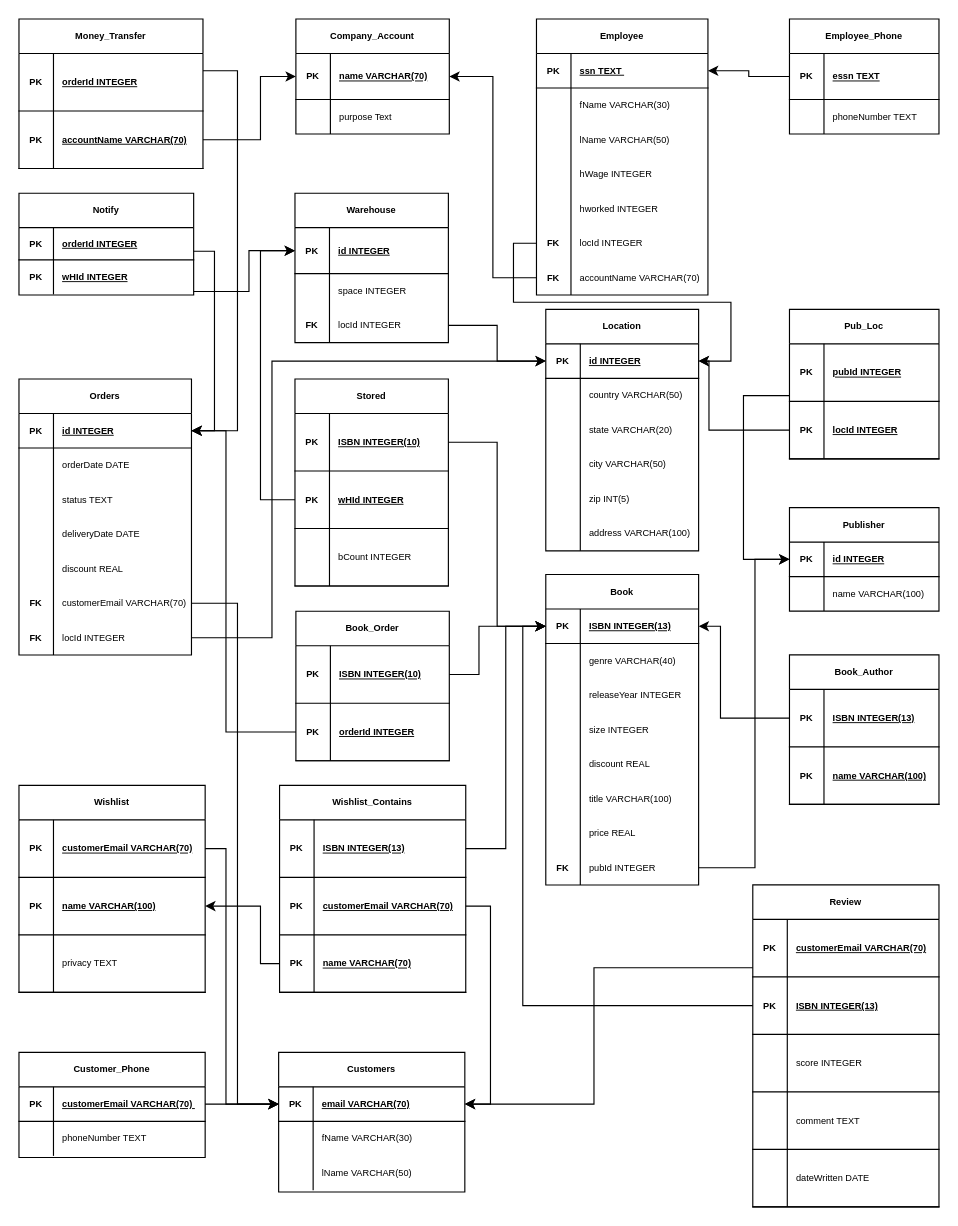
This is RelatioalSchema.drawio from Will-Blanton/CSE_3241_Project, a draw.io file, before an edit. Source tidied: cells renumbered, new cells numbered last; positions are measured from the earlier drawing's top-left corner, leaving out a move shared by most shapes. Both pictures are drawn from the tidied source at 115%, with x=0, y=0 at pixel (18, 7).
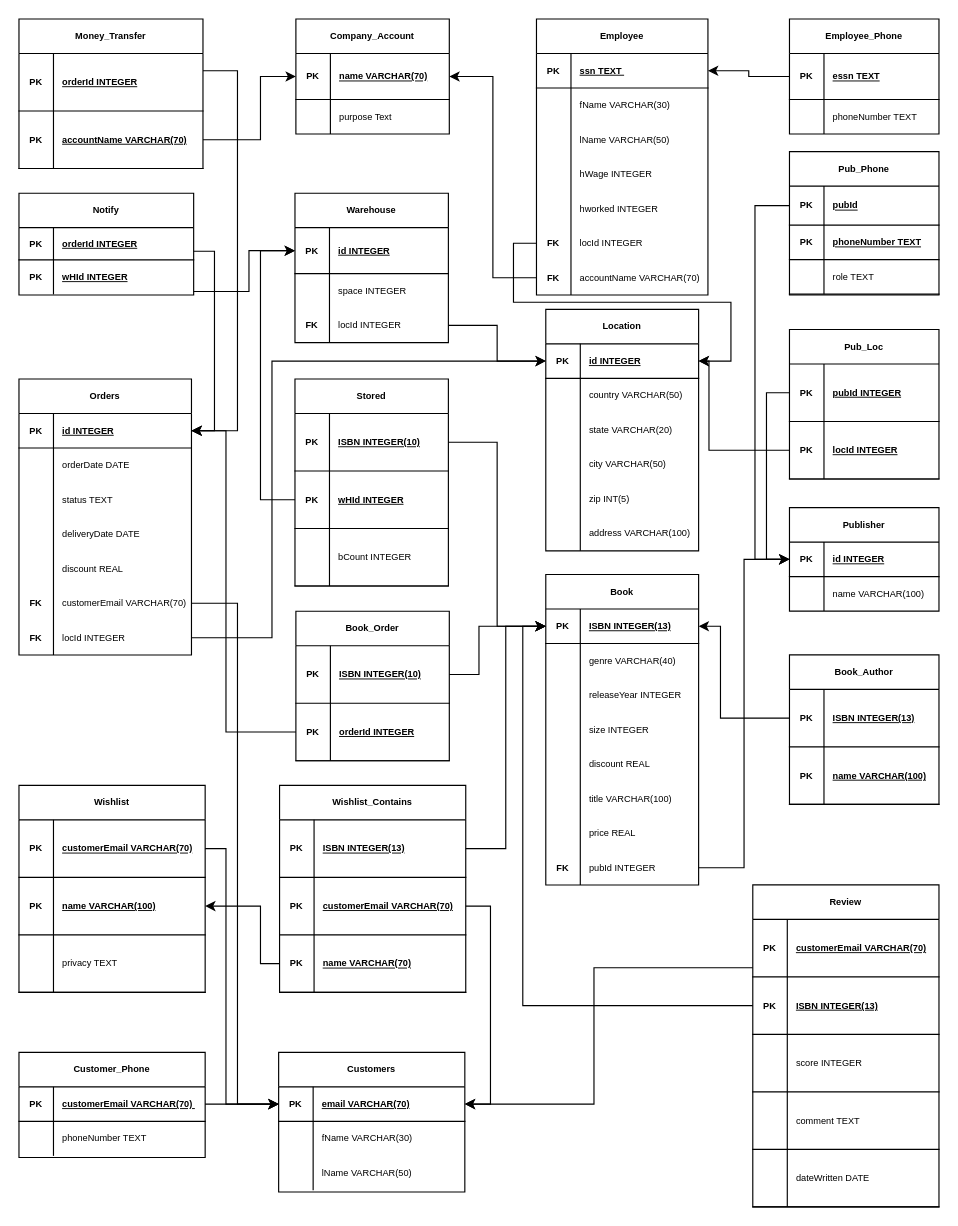
The same diagram, later.

Commit message:
Added Pub_Phone relation

Unchanged cells that the change refers to:
```xml
<mxCell id="2" style="group;fontSize=8;" parent="1" vertex="1">
  <mxGeometry width="811.9" height="1060" as="geometry" />
</mxCell>
<mxCell id="26" style="shape=partialRectangle;fillColor=none;points=[[0,0.5],[1,0.5]];portConstraint=eastwest;top=0;left=0;right=0;bottom=1;fontSize=8;" parent="25" vertex="1">
  <mxGeometry y="30" width="132.9" height="30" as="geometry" />
</mxCell>
<mxCell id="68" value="Publisher" style="shape=table;startSize=30;childLayout=tableLayout;rowLines=0;fontStyle=1;align=center;fontSize=8;" parent="2" vertex="1">
  <mxGeometry x="670" y="434.9" width="130" height="90" as="geometry" />
</mxCell>
<mxCell id="69" style="shape=partialRectangle;fillColor=none;points=[[0,0.5],[1,0.5]];portConstraint=eastwest;top=0;left=0;right=0;bottom=1;fontSize=8;" parent="68" vertex="1">
  <mxGeometry y="30" width="130" height="30" as="geometry" />
</mxCell>
<mxCell id="97" style="shape=partialRectangle;fillColor=none;points=[[0,0.5],[1,0.5]];portConstraint=eastwest;top=0;left=0;right=0;bottom=0;fontSize=8;" parent="75" vertex="1">
  <mxGeometry y="240" width="132.9" height="30" as="geometry" />
</mxCell>
<mxCell id="190" style="shape=partialRectangle;fillColor=none;points=[[0,0.5],[1,0.5]];portConstraint=eastwest;top=0;left=0;right=0;bottom=1;fontSize=8;" parent="189" vertex="1">
  <mxGeometry y="30" width="130" height="50" as="geometry" />
</mxCell>
<mxCell id="193" style="shape=partialRectangle;fillColor=none;points=[[0,0.5],[1,0.5]];portConstraint=eastwest;top=0;left=0;right=0;bottom=1;fontSize=8;" parent="189" vertex="1">
  <mxGeometry y="80" width="130" height="50" as="geometry" />
</mxCell>
```

Change to the diagram source:
```diff
@@
     <mxCell id="189" value="Pub_Loc" style="shape=table;startSize=30;childLayout=tableLayout;rowLines=0;fontStyle=1;align=center;fontSize=8;" parent="2" vertex="1">
-      <mxGeometry x="670" y="262.5" width="130" height="130" as="geometry" />
+      <mxGeometry x="670" y="280" width="130" height="130" as="geometry" />
     </mxCell>
@@
     <mxCell id="222" style="edgeStyle=orthogonalEdgeStyle;rounded=0;jettySize=auto;html=1;entryX=1;entryY=0.5;entryDx=0;entryDy=0;" parent="2" edge="1" source="193" target="26">
       <mxGeometry relative="1" as="geometry">
         <Array as="points">
-          <mxPoint x="600" y="368" />
+          <mxPoint x="600" y="385" />
           <mxPoint x="600" y="308" />
         </Array>
       </mxGeometry>
     </mxCell>
-    <mxCell id="223" style="edgeStyle=orthogonalEdgeStyle;rounded=0;jettySize=auto;html=1;entryX=0;entryY=0.5;entryDx=0;entryDy=0;" parent="2" edge="1" source="190" target="69">
-      <mxGeometry relative="1" as="geometry">
-        <Array as="points">
-          <mxPoint x="630" y="337.5" />
-          <mxPoint x="630" y="480" />
-        </Array>
-      </mxGeometry>
-    </mxCell>
@@
-    <mxCell id="226" style="edgeStyle=orthogonalEdgeStyle;rounded=0;jettySize=auto;html=1;entryX=0;entryY=0.5;entryDx=0;entryDy=0;" parent="2" edge="1" source="97" target="69">
-      <mxGeometry relative="1" as="geometry">
-        <Array as="points">
-          <mxPoint x="640" y="748" />
-          <mxPoint x="640" y="480" />
-        </Array>
-      </mxGeometry>
-    </mxCell>
@@
+    <mxCell id="223" style="edgeStyle=orthogonalEdgeStyle;rounded=0;jettySize=auto;html=1;entryX=0;entryY=0.5;entryDx=0;entryDy=0;" parent="2" edge="1" source="190" target="69">
+      <mxGeometry relative="1" as="geometry" />
+    </mxCell>
+    <mxCell id="226" style="edgeStyle=orthogonalEdgeStyle;rounded=0;jettySize=auto;html=1;entryX=0;entryY=0.5;entryDx=0;entryDy=0;" parent="2" edge="1" source="97" target="69">
+      <mxGeometry relative="1" as="geometry" />
+    </mxCell>
+    <mxCell id="245" value="Pub_Phone" style="shape=table;startSize=30;childLayout=tableLayout;rowLines=0;fontStyle=1;align=center;fontSize=8;" parent="2" vertex="1">
+      <mxGeometry x="670" y="125.3" width="130" height="124.7" as="geometry" />
+    </mxCell>
+    <mxCell id="246" style="shape=partialRectangle;fillColor=none;points=[[0,0.5],[1,0.5]];portConstraint=eastwest;top=0;left=0;right=0;bottom=1;fontSize=8;" parent="245" vertex="1">
+      <mxGeometry y="30" width="130" height="34" as="geometry" />
+    </mxCell>
+    <mxCell id="247" value="PK" style="shape=partialRectangle;overflow=hidden;fillColor=none;top=0;left=0;bottom=0;right=0;fontStyle=1;fontSize=8;" parent="246" vertex="1">
+      <mxGeometry width="30" height="34" as="geometry" />
+    </mxCell>
+    <mxCell id="248" value="pubId" style="shape=partialRectangle;overflow=hidden;fillColor=none;top=0;left=0;bottom=0;right=0;align=left;spacingLeft=6;fontStyle=5;fontSize=8;" parent="246" vertex="1">
+      <mxGeometry x="30" width="100" height="34" as="geometry" />
+    </mxCell>
+    <mxCell id="249" style="shape=partialRectangle;fillColor=none;top=0;left=0;right=0;bottom=1;fontSize=8;" parent="245" vertex="1">
+      <mxGeometry y="64" width="130" height="30" as="geometry" />
+    </mxCell>
+    <mxCell id="250" value="PK" style="shape=partialRectangle;overflow=hidden;fillColor=none;top=0;left=0;bottom=0;right=0;fontStyle=1;fontSize=8;" parent="249" vertex="1">
+      <mxGeometry width="30" height="30" as="geometry" />
+    </mxCell>
+    <mxCell id="251" value="phoneNumber TEXT" style="shape=partialRectangle;overflow=hidden;fillColor=none;top=0;left=0;bottom=0;right=0;align=left;spacingLeft=6;fontStyle=5;fontSize=8;" parent="249" vertex="1">
+      <mxGeometry x="30" width="100" height="30" as="geometry" />
+    </mxCell>
+    <mxCell id="252" style="shape=partialRectangle;fillColor=none;top=0;left=0;right=0;bottom=1;fontSize=8;" parent="245" vertex="1">
+      <mxGeometry y="94" width="130" height="30" as="geometry" />
+    </mxCell>
+    <mxCell id="253" style="shape=partialRectangle;overflow=hidden;fillColor=none;top=0;left=0;bottom=0;right=0;fontStyle=1;fontSize=8;" parent="252" vertex="1">
+      <mxGeometry width="30" height="30" as="geometry" />
+    </mxCell>
+    <mxCell id="254" value="role TEXT" style="shape=partialRectangle;overflow=hidden;fillColor=none;top=0;left=0;bottom=0;right=0;align=left;spacingLeft=6;fontStyle=0;fontSize=8;" parent="252" vertex="1">
+      <mxGeometry x="30" width="100" height="30" as="geometry" />
+    </mxCell>
+    <mxCell id="255" style="edgeStyle=orthogonalEdgeStyle;rounded=0;jettySize=auto;html=1;entryX=0;entryY=0.5;entryDx=0;entryDy=0;" parent="2" edge="1" source="246" target="68">
+      <mxGeometry relative="1" as="geometry">
+        <Array as="points">
+          <mxPoint x="640" y="172" />
+          <mxPoint x="640" y="480" />
+        </Array>
+      </mxGeometry>
+    </mxCell>
```
